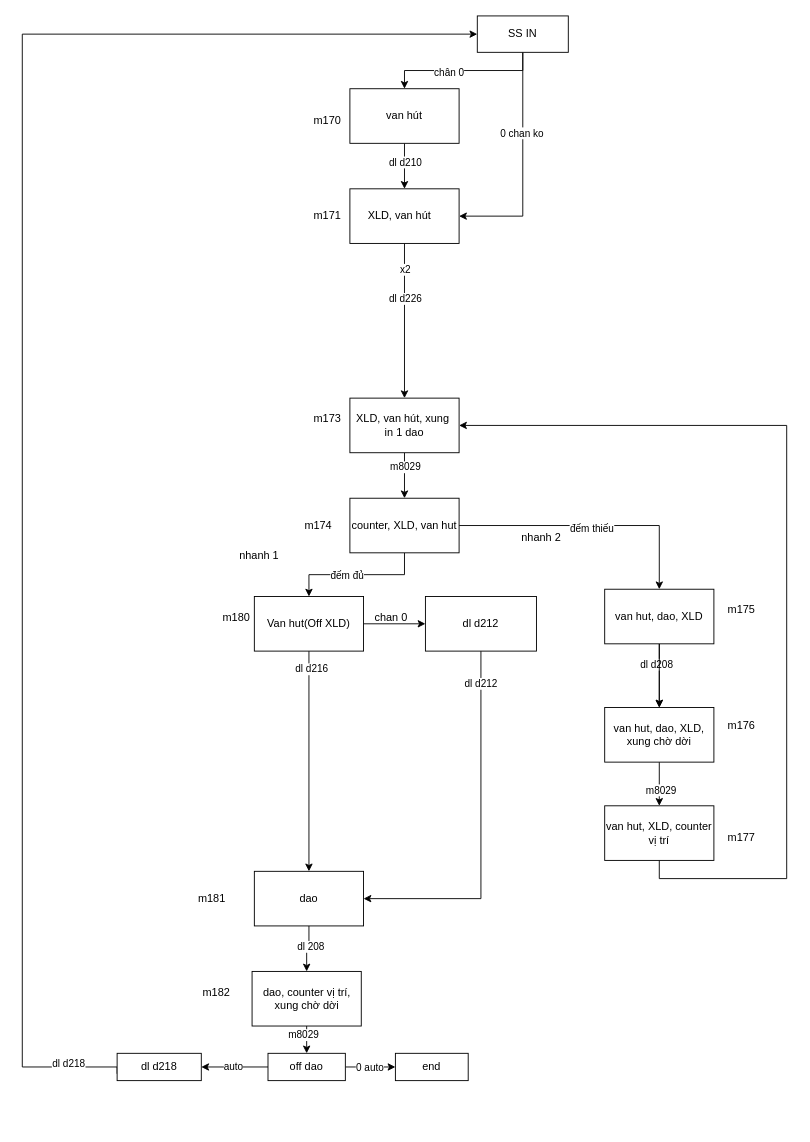
Above: 1 dao.drawio in robowindgit/a0-quyencun (draw.io), before the change. Source tidied: cells renumbered, new cells numbered last; positions are measured from the earlier drawing's top-left corner, leaving out a move shared by most shapes. Both pictures are drawn from the tidied source at 91%, with x=0, y=0 at pixel (22, 15).
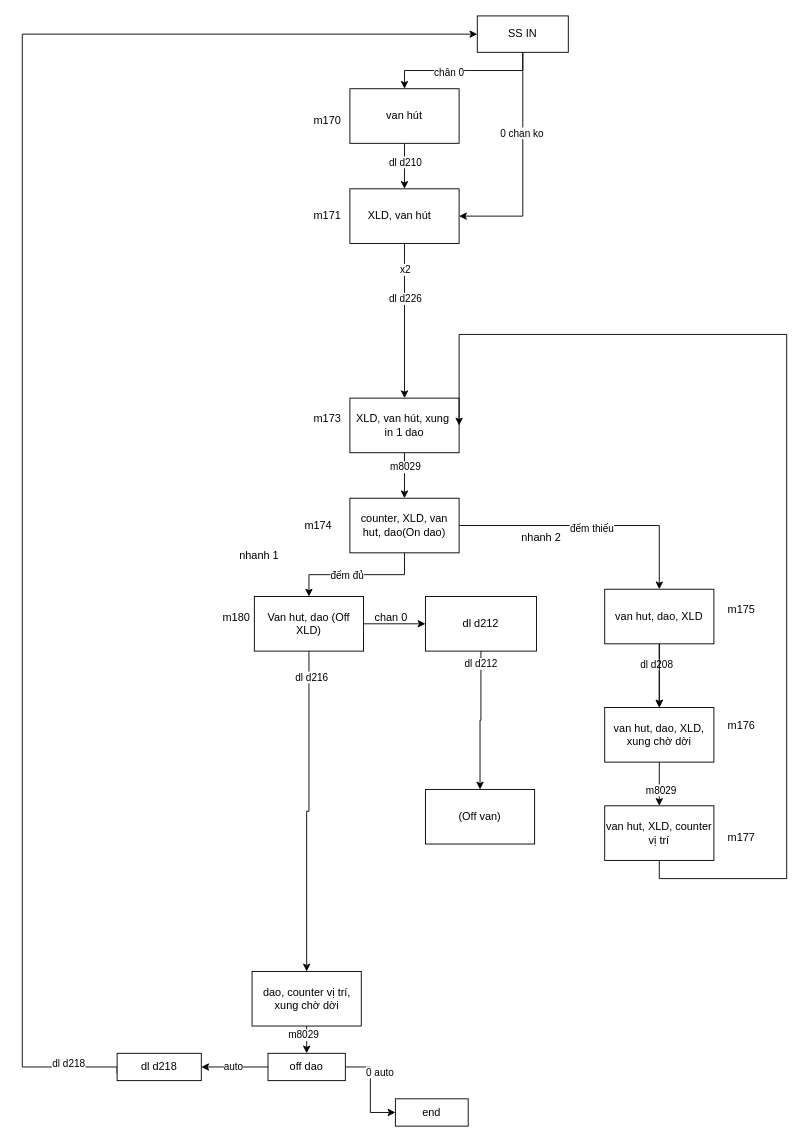
Above is the later version.

Commit message:
Cập nhật 1 dao.drawio

Unchanged cells that the change refers to:
```xml
<mxCell id="18" value="XLD, van hút, xung&amp;nbsp; in 1 dao" style="whiteSpace=wrap;html=1;" parent="1" vertex="1">
  <mxGeometry x="360" y="420" width="120" height="60" as="geometry" />
</mxCell>
<mxCell id="37" value="dao, counter vị trí, xung chờ dời" style="whiteSpace=wrap;html=1;" parent="1" vertex="1">
  <mxGeometry x="252.5" y="1050" width="120" height="60" as="geometry" />
</mxCell>
<mxCell id="47" value="dl d212" style="whiteSpace=wrap;html=1;" parent="1" vertex="1">
  <mxGeometry x="443" y="638" width="122" height="60" as="geometry" />
</mxCell>
<mxCell id="58" value="van hut, XLD, counter vị trí" style="whiteSpace=wrap;html=1;" parent="1" vertex="1">
  <mxGeometry x="640" y="868" width="120" height="60" as="geometry" />
</mxCell>
```

What changed in the source:
```diff
@@
-    <mxCell id="24" value="counter, XLD, van hut" style="whiteSpace=wrap;html=1;" parent="1" vertex="1">
+    <mxCell id="24" value="counter, XLD, van hut, dao(On dao)" style="whiteSpace=wrap;html=1;" parent="1" vertex="1">
       <mxGeometry x="360" y="530" width="120" height="60" as="geometry" />
     </mxCell>
@@
-    <mxCell id="27" style="edgeStyle=orthogonalEdgeStyle;rounded=0;jettySize=auto;html=1;exitX=0.5;exitY=1;exitDx=0;exitDy=0;entryX=0.5;entryY=0;entryDx=0;entryDy=0;" parent="1" edge="1" source="29" target="33">
+    <mxCell id="27" style="edgeStyle=orthogonalEdgeStyle;rounded=0;jettySize=auto;html=1;exitX=0.5;exitY=1;exitDx=0;exitDy=0;entryX=0.5;entryY=0;entryDx=0;entryDy=0;" parent="1" edge="1" source="29" target="37">
       <mxGeometry relative="1" as="geometry" />
     </mxCell>
@@
-    <mxCell id="29" value="Van hut(Off XLD)" style="whiteSpace=wrap;html=1;" parent="1" vertex="1">
+    <mxCell id="29" value="Van hut, dao (Off XLD)" style="whiteSpace=wrap;html=1;" parent="1" vertex="1">
       <mxGeometry x="255" y="638" width="120" height="60" as="geometry" />
     </mxCell>
@@
-    <mxCell id="31" style="edgeStyle=orthogonalEdgeStyle;rounded=0;jettySize=auto;html=1;exitX=0.5;exitY=1;exitDx=0;exitDy=0;entryX=0.5;entryY=0;entryDx=0;entryDy=0;" parent="1" edge="1" source="33" target="37">
-      <mxGeometry relative="1" as="geometry" />
-    </mxCell>
-    <mxCell id="32" value="dl 208" style="edgeLabel;html=1;align=center;verticalAlign=middle;" parent="31" vertex="1">
-      <mxGeometry x="-0.16" y="1" relative="1" as="geometry" />
-    </mxCell>
-    <mxCell id="33" value="dao" style="whiteSpace=wrap;html=1;" parent="1" vertex="1">
-      <mxGeometry x="255" y="940" width="120" height="60" as="geometry" />
-    </mxCell>
-    <mxCell id="34" value="m181" style="text;html=1;align=center;verticalAlign=middle;strokeColor=none;fillColor=none;" parent="1" vertex="1">
-      <mxGeometry x="182.5" y="955" width="50" height="30" as="geometry" />
-    </mxCell>
@@
-    <mxCell id="38" value="m182" style="text;html=1;align=center;verticalAlign=middle;strokeColor=none;fillColor=none;" parent="1" vertex="1">
-      <mxGeometry x="187.5" y="1058" width="50" height="30" as="geometry" />
-    </mxCell>
@@
-    <mxCell id="45" style="edgeStyle=orthogonalEdgeStyle;rounded=0;jettySize=auto;html=1;exitX=0.5;exitY=1;exitDx=0;exitDy=0;entryX=1;entryY=0.5;entryDx=0;entryDy=0;" parent="1" edge="1" source="47" target="33">
+    <mxCell id="45" style="edgeStyle=orthogonalEdgeStyle;rounded=0;jettySize=auto;html=1;exitX=0.5;exitY=1;exitDx=0;exitDy=0;entryX=0.5;entryY=0;entryDx=0;entryDy=0;" parent="1" edge="1" source="47" target="67">
       <mxGeometry relative="1" as="geometry" />
     </mxCell>
@@
     <mxCell id="57" style="edgeStyle=orthogonalEdgeStyle;rounded=0;jettySize=auto;html=1;exitX=0.5;exitY=1;exitDx=0;exitDy=0;entryX=1;entryY=0.5;entryDx=0;entryDy=0;" parent="1" edge="1" source="58" target="18">
       <mxGeometry relative="1" as="geometry">
         <Array as="points">
           <mxPoint x="700" y="948" />
           <mxPoint x="840" y="948" />
-          <mxPoint x="840" y="450" />
+          <mxPoint x="840" y="350" />
+          <mxPoint x="480" y="350" />
         </Array>
       </mxGeometry>
     </mxCell>
@@
     <mxCell id="66" value="end" style="whiteSpace=wrap;html=1;" parent="1" vertex="1">
-      <mxGeometry x="410" y="1140" width="80" height="30" as="geometry" />
+      <mxGeometry x="410" y="1190" width="80" height="30" as="geometry" />
     </mxCell>
+    <mxCell id="67" value="(Off van)" style="whiteSpace=wrap;html=1;" parent="1" vertex="1">
+      <mxGeometry x="443" y="850" width="120" height="60" as="geometry" />
+    </mxCell>
```
